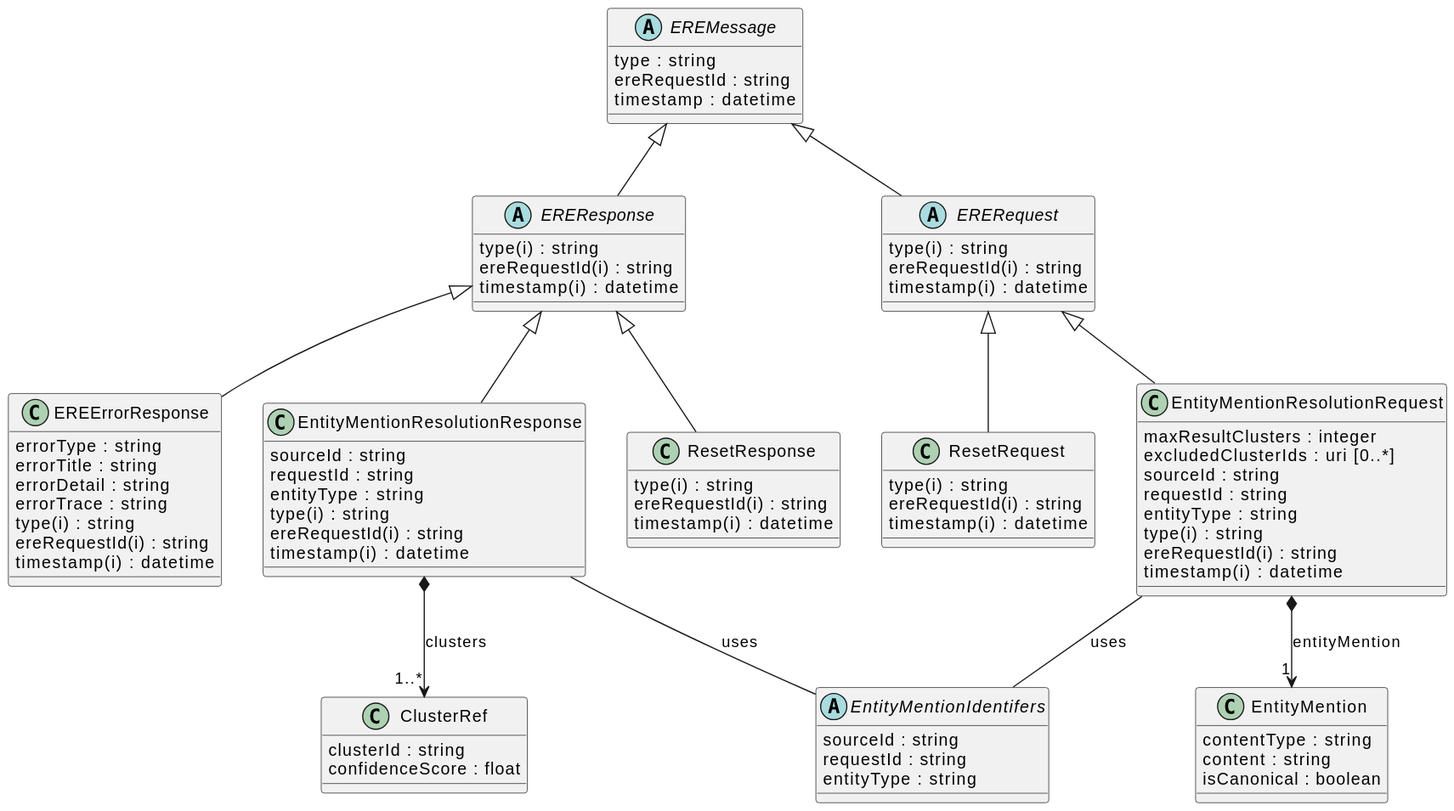
OP-TED/entity-resolution-spec keeps this PlantUML diagram as docs/schema/ErsServiceDataSchema.svg. Above is the earlier version.
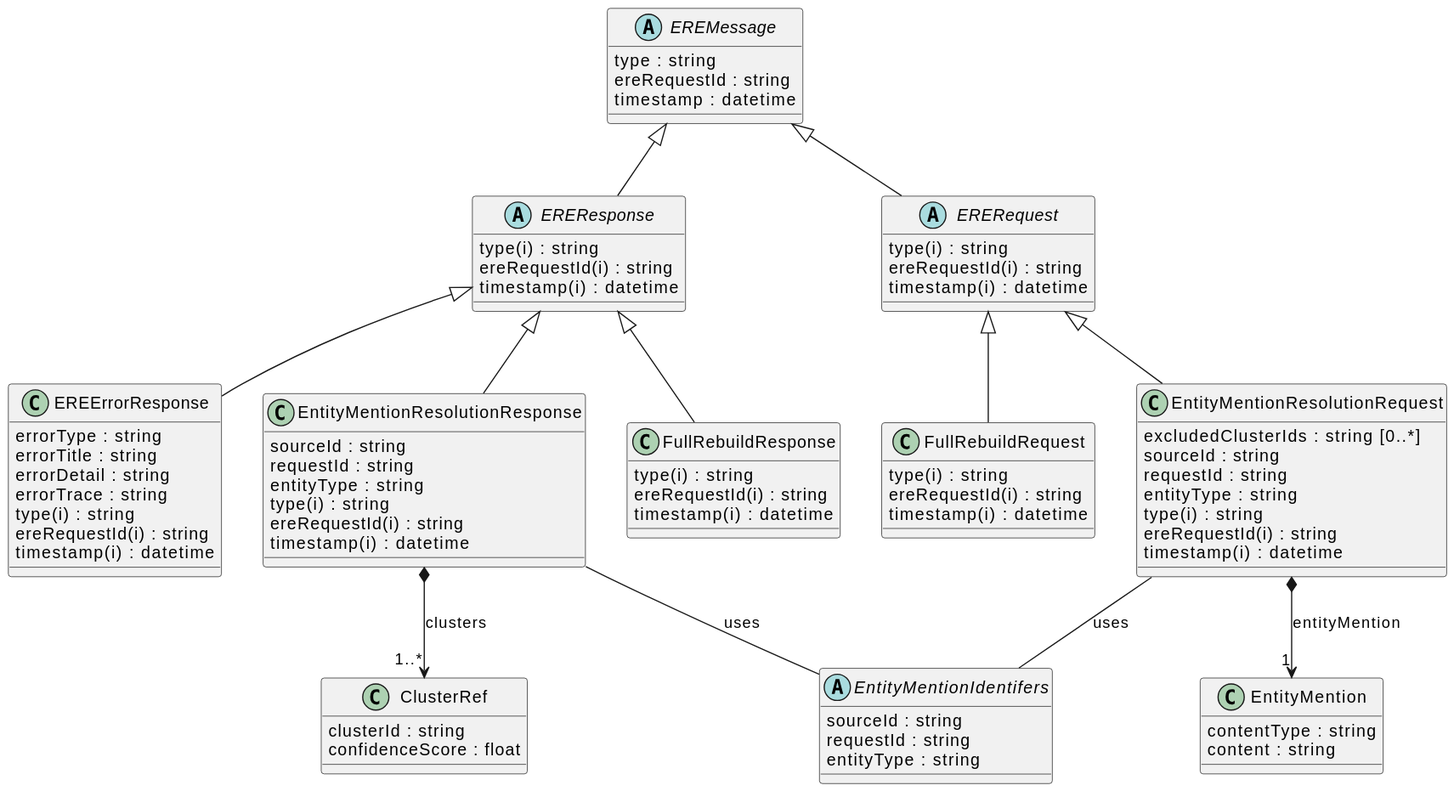
After the change.

Diff of the diagram source:
```diff
@@ -13,8 +13,7 @@
     {field} entityType : string
 }
 class "EntityMentionResolutionRequest" [[{An entity resolution request sent to the ERE, containing the entity to be resolved.}]] {
-    {field} maxResultClusters : integer
-    {field} excludedClusterIds : uri  [0..*]
+    {field} excludedClusterIds : string  [0..*]
     {field} sourceId : string
     {field} requestId : string
     {field} entityType : string
@@ -38,7 +37,6 @@
 class "EntityMention" [[{An entity mention is a representation of a real-world entity, as provided by the ERS.}]] {
     {field} contentType : string
     {field} content : string
-    {field} isCanonical : boolean
 }
 abstract "ERERequest" [[{Root class to represent all the requests sent to the ERE.}]] {
     {field} type(i) : string
@@ -47,7 +45,7 @@
 }
 "EntityMentionResolutionRequest" *--> "1" "EntityMention" : "entityMention"
 "ERERequest" ^-- "EntityMentionResolutionRequest"
-class "ResetResponse" [[{A response to a `ResetRequest`, confirming that the rebuild process has started.}]] {
+class "FullRebuildResponse" [[{A response to a `FullRebuildRequest`, confirming that the rebuild process has started.}]] {
     {field} type(i) : string
     {field} ereRequestId(i) : string
     {field} timestamp(i) : datetime
@@ -66,14 +64,14 @@
     {field} ereRequestId : string
     {field} timestamp : datetime
 }
-"EREResponse" ^-- "ResetResponse"
+"EREResponse" ^-- "FullRebuildResponse"
 "EREResponse" ^-- "EREErrorResponse"
 "EREMessage" ^-- "EREResponse"
-class "ResetRequest" [[{A request to reset all the resolutions computed so far and possibly rebuild them as }]] {
+class "FullRebuildRequest" [[{A request to reset all the resolutions computed so far and possibly rebuild them as }]] {
     {field} type(i) : string
     {field} ereRequestId(i) : string
     {field} timestamp(i) : datetime
 }
-"ERERequest" ^-- "ResetRequest"
+"ERERequest" ^-- "FullRebuildRequest"
 "EREMessage" ^-- "ERERequest"
 @enduml
```
